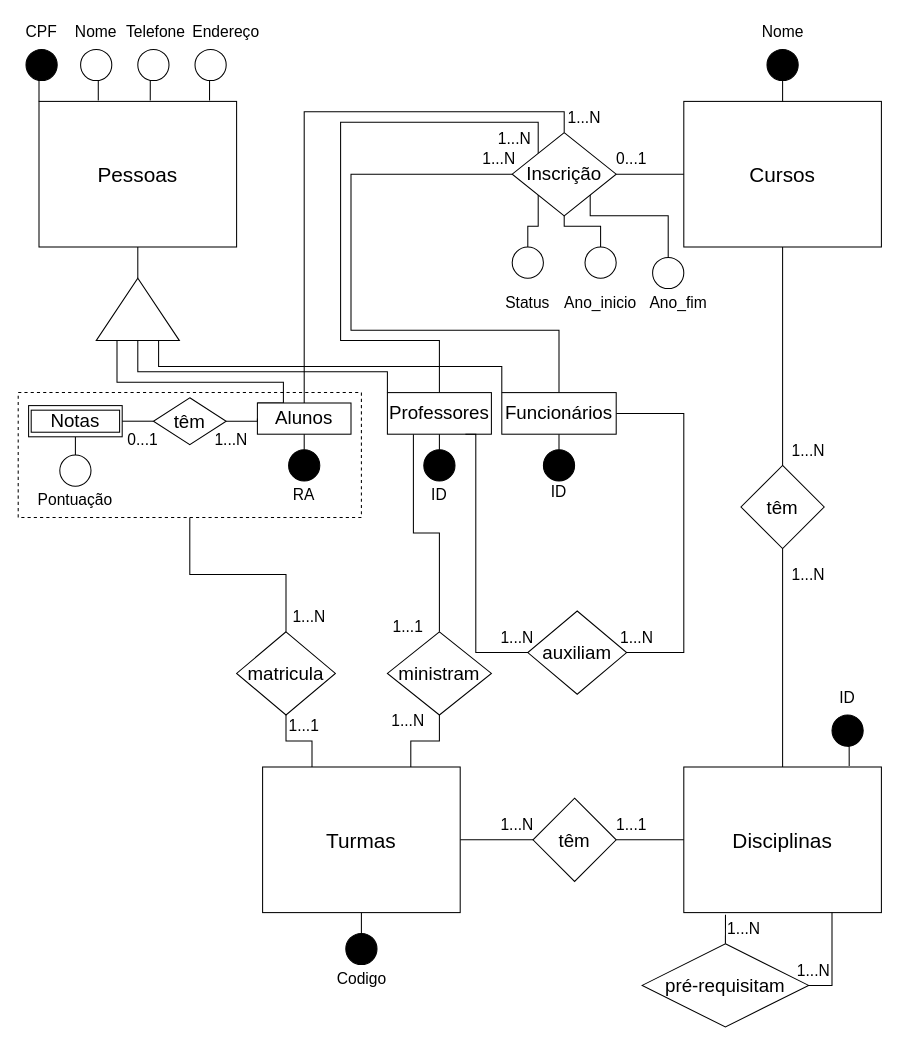
RenanGAS/Database-1 keeps this draw.io diagram as Lists/List01/Exec05/University.drawio. Above is the earlier version. Source tidied: cells renumbered, new cells numbered last; positions are measured from the earlier drawing's top-left corner, leaving out a move shared by most shapes. Both pictures are drawn from the tidied source at 104%, with x=0, y=0 at pixel (18, 18).
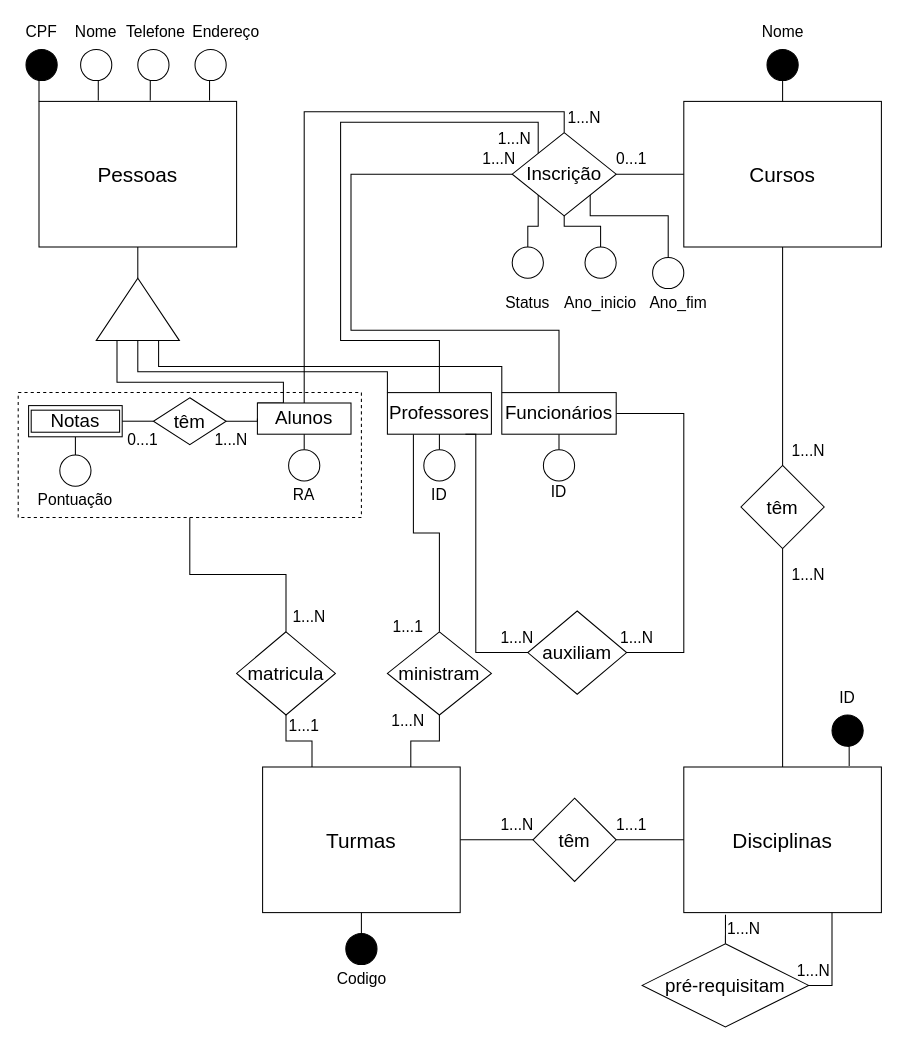
Above is the later version.

Commit message:
fix: specialized entitties do not have pk

Change to the diagram source:
```diff
@@
-    <mxCell id="57" style="ellipse;whiteSpace=wrap;html=1;fontSize=18;direction=east;flipH=0;flipV=1;fillColor=#000000;" parent="1" vertex="1">
+    <mxCell id="57" style="ellipse;whiteSpace=wrap;html=1;fontSize=18;direction=east;flipH=0;flipV=1;fillColor=#FFFFFF;" parent="1" vertex="1">
       <mxGeometry x="260" y="415" width="30" height="30" as="geometry" />
     </mxCell>
@@
-    <mxCell id="79" style="ellipse;whiteSpace=wrap;html=1;fontSize=18;direction=east;flipH=0;flipV=1;fillColor=#000000;" parent="1" vertex="1">
+    <mxCell id="79" style="ellipse;whiteSpace=wrap;html=1;fontSize=18;direction=east;flipH=0;flipV=1;fillColor=#FFFFFF;" parent="1" vertex="1">
       <mxGeometry x="390" y="415" width="30" height="30" as="geometry" />
     </mxCell>
@@
-    <mxCell id="81" style="ellipse;whiteSpace=wrap;html=1;fontSize=18;direction=east;flipH=0;flipV=1;fillColor=#000000;" parent="1" vertex="1">
+    <mxCell id="81" style="ellipse;whiteSpace=wrap;html=1;fontSize=18;direction=east;flipH=0;flipV=1;fillColor=#FFFFFF;" parent="1" vertex="1">
       <mxGeometry x="505" y="415" width="30" height="30" as="geometry" />
     </mxCell>
```
